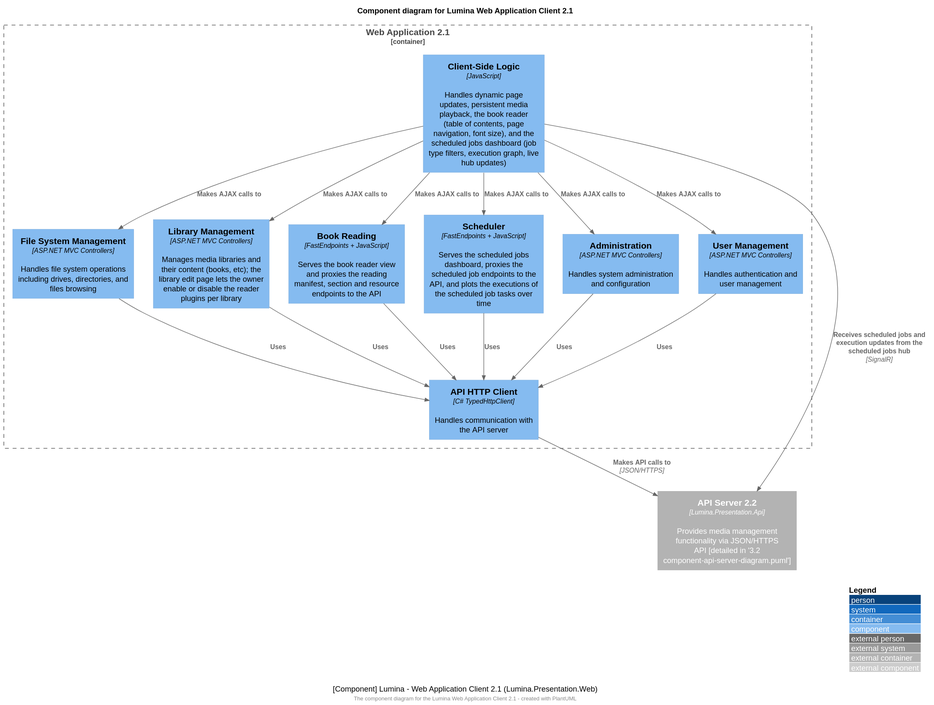
The PlantUML diagram docs/technical/architecture/3.1 component-web-client-diagram.svg in BinaryAlley/Lumina, before a commit. Source of this version:
```plantuml
@startuml
!include <C4/C4_Component>

LAYOUT_WITH_LEGEND()
title Component diagram for Lumina Web Application Client 2.1

Container_Ext(api, "API Server 2.2", "Lumina.Presentation.Api", "Provides media management functionality via JSON/HTTPS API [detailed in '3.2 component-api-server-diagram.puml']")

Container_Boundary(wb, "Web Application 2.1") {
    Component(fileSystem, "File System Management", "ASP.NET MVC Controllers", "Handles file system operations including drives, directories, and files browsing")

    Component(library, "Library Management", "ASP.NET MVC Controllers", "Manages media libraries and their content (books, etc); the library edit page lets the owner enable or disable the reader plugins per library")

    Component(bookReader, "Book Reading", "FastEndpoints + JavaScript", "Serves the book reader view and proxies the reading manifest, section and resource endpoints to the API")

    Component(scheduler, "Scheduler", "FastEndpoints + JavaScript", "Serves the scheduled jobs dashboard, proxies the scheduled job endpoints to the API, and plots the executions of the scheduled job tasks over time")

    Component(admin, "Administration", "ASP.NET MVC Controllers", "Handles system administration and configuration")

    Component(users, "User Management", "ASP.NET MVC Controllers", "Handles authentication and user management")

    Component(clientJs, "Client-Side Logic", "JavaScript", "Handles dynamic page updates, persistent media playback, the book reader (table of contents, page navigation, font size), and the scheduled jobs dashboard (job type filters, execution graph, live hub updates)")

    Component(httpClient, "API HTTP Client", "C# TypedHttpClient", "Handles communication with the API server")
}

Rel(fileSystem, httpClient, "Uses")
Rel(library, httpClient, "Uses")
Rel(bookReader, httpClient, "Uses")
Rel(scheduler, httpClient, "Uses")
Rel(admin, httpClient, "Uses")
Rel(users, httpClient, "Uses")
Rel(httpClient, api, "Makes API calls to", "JSON/HTTPS")
Rel(clientJs, fileSystem, "Makes AJAX calls to")
Rel(clientJs, library, "Makes AJAX calls to")
Rel(clientJs, bookReader, "Makes AJAX calls to")
Rel(clientJs, scheduler, "Makes AJAX calls to")
Rel(clientJs, admin, "Makes AJAX calls to")
Rel(clientJs, users, "Makes AJAX calls to")
Rel(clientJs, api, "Receives scheduled jobs and execution updates from the scheduled jobs hub", "SignalR")

caption [Component] Lumina - Web Application Client 2.1 (Lumina.Presentation.Web)

footer The component diagram for the Lumina Web Application Client 2.1 - created with PlantUML
@enduml
```
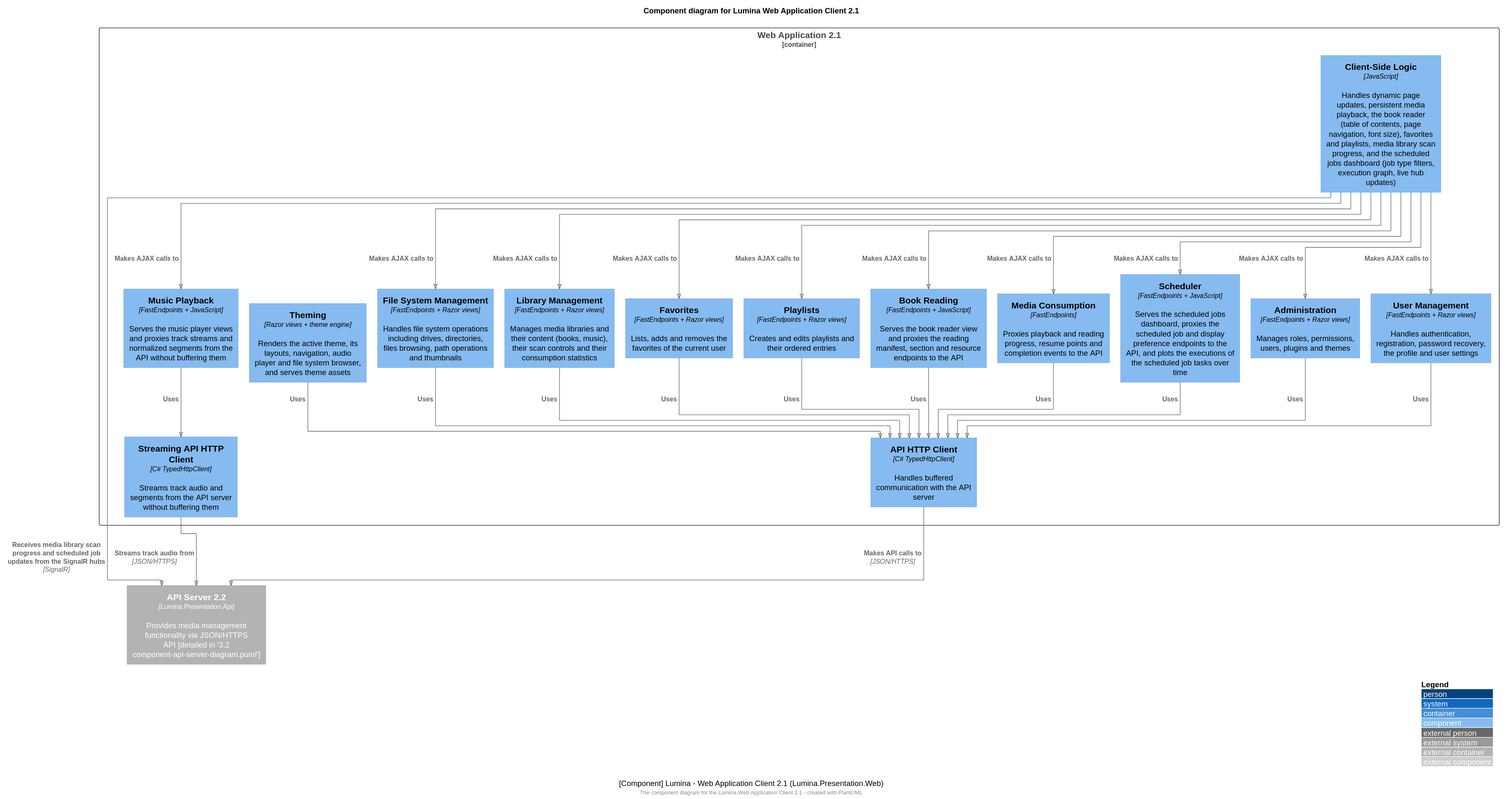
The same diagram one commit later.

The edit, as a diff of the source:
```diff
@@ -1,4 +1,5 @@
 @startuml
+!pragma layout elk
 !include <C4/C4_Component>
 
 LAYOUT_WITH_LEGEND()
@@ -7,37 +8,59 @@
 Container_Ext(api, "API Server 2.2", "Lumina.Presentation.Api", "Provides media management functionality via JSON/HTTPS API [detailed in '3.2 component-api-server-diagram.puml']")
 
 Container_Boundary(wb, "Web Application 2.1") {
-    Component(fileSystem, "File System Management", "ASP.NET MVC Controllers", "Handles file system operations including drives, directories, and files browsing")
+    Component(fileSystem, "File System Management", "FastEndpoints + Razor views", "Handles file system operations including drives, directories, files browsing, path operations and thumbnails")
 
-    Component(library, "Library Management", "ASP.NET MVC Controllers", "Manages media libraries and their content (books, etc); the library edit page lets the owner enable or disable the reader plugins per library")
+    Component(library, "Library Management", "FastEndpoints + Razor views", "Manages media libraries and their content (books, music), their scan controls and their consumption statistics")
+
+    Component(favorites, "Favorites", "FastEndpoints + Razor views", "Lists, adds and removes the favorites of the current user")
+
+    Component(playlists, "Playlists", "FastEndpoints + Razor views", "Creates and edits playlists and their ordered entries")
 
     Component(bookReader, "Book Reading", "FastEndpoints + JavaScript", "Serves the book reader view and proxies the reading manifest, section and resource endpoints to the API")
 
-    Component(scheduler, "Scheduler", "FastEndpoints + JavaScript", "Serves the scheduled jobs dashboard, proxies the scheduled job endpoints to the API, and plots the executions of the scheduled job tasks over time")
+    Component(musicPlayback, "Music Playback", "FastEndpoints + JavaScript", "Serves the music player views and proxies track streams and normalized segments from the API without buffering them")
 
-    Component(admin, "Administration", "ASP.NET MVC Controllers", "Handles system administration and configuration")
+    Component(mediaConsumption, "Media Consumption", "FastEndpoints", "Proxies playback and reading progress, resume points and completion events to the API")
 
-    Component(users, "User Management", "ASP.NET MVC Controllers", "Handles authentication and user management")
+    Component(scheduler, "Scheduler", "FastEndpoints + JavaScript", "Serves the scheduled jobs dashboard, proxies the scheduled job and display preference endpoints to the API, and plots the executions of the scheduled job tasks over time")
 
-    Component(clientJs, "Client-Side Logic", "JavaScript", "Handles dynamic page updates, persistent media playback, the book reader (table of contents, page navigation, font size), and the scheduled jobs dashboard (job type filters, execution graph, live hub updates)")
+    Component(admin, "Administration", "FastEndpoints + Razor views", "Manages roles, permissions, users, plugins and themes")
 
-    Component(httpClient, "API HTTP Client", "C# TypedHttpClient", "Handles communication with the API server")
+    Component(users, "User Management", "FastEndpoints + Razor views", "Handles authentication, registration, password recovery, the profile and user settings")
+
+    Component(themes, "Theming", "Razor views + theme engine", "Renders the active theme, its layouts, navigation, audio player and file system browser, and serves theme assets")
+
+    Component(clientJs, "Client-Side Logic", "JavaScript", "Handles dynamic page updates, persistent media playback, the book reader (table of contents, page navigation, font size), favorites and playlists, media library scan progress, and the scheduled jobs dashboard (job type filters, execution graph, live hub updates)")
+
+    Component(httpClient, "API HTTP Client", "C# TypedHttpClient", "Handles buffered communication with the API server")
+
+    Component(streamingClient, "Streaming API HTTP Client", "C# TypedHttpClient", "Streams track audio and segments from the API server without buffering them")
 }
 
 Rel(fileSystem, httpClient, "Uses")
 Rel(library, httpClient, "Uses")
+Rel(favorites, httpClient, "Uses")
+Rel(playlists, httpClient, "Uses")
 Rel(bookReader, httpClient, "Uses")
+Rel(musicPlayback, streamingClient, "Uses")
+Rel(mediaConsumption, httpClient, "Uses")
 Rel(scheduler, httpClient, "Uses")
 Rel(admin, httpClient, "Uses")
 Rel(users, httpClient, "Uses")
+Rel(themes, httpClient, "Uses")
 Rel(httpClient, api, "Makes API calls to", "JSON/HTTPS")
+Rel(streamingClient, api, "Streams track audio from", "JSON/HTTPS")
 Rel(clientJs, fileSystem, "Makes AJAX calls to")
 Rel(clientJs, library, "Makes AJAX calls to")
+Rel(clientJs, favorites, "Makes AJAX calls to")
+Rel(clientJs, playlists, "Makes AJAX calls to")
 Rel(clientJs, bookReader, "Makes AJAX calls to")
+Rel(clientJs, musicPlayback, "Makes AJAX calls to")
+Rel(clientJs, mediaConsumption, "Makes AJAX calls to")
 Rel(clientJs, scheduler, "Makes AJAX calls to")
 Rel(clientJs, admin, "Makes AJAX calls to")
 Rel(clientJs, users, "Makes AJAX calls to")
-Rel(clientJs, api, "Receives scheduled jobs and execution updates from the scheduled jobs hub", "SignalR")
+Rel(clientJs, api, "Receives media library scan progress and scheduled job updates from the SignalR hubs", "SignalR")
 
 caption [Component] Lumina - Web Application Client 2.1 (Lumina.Presentation.Web)
 
```
